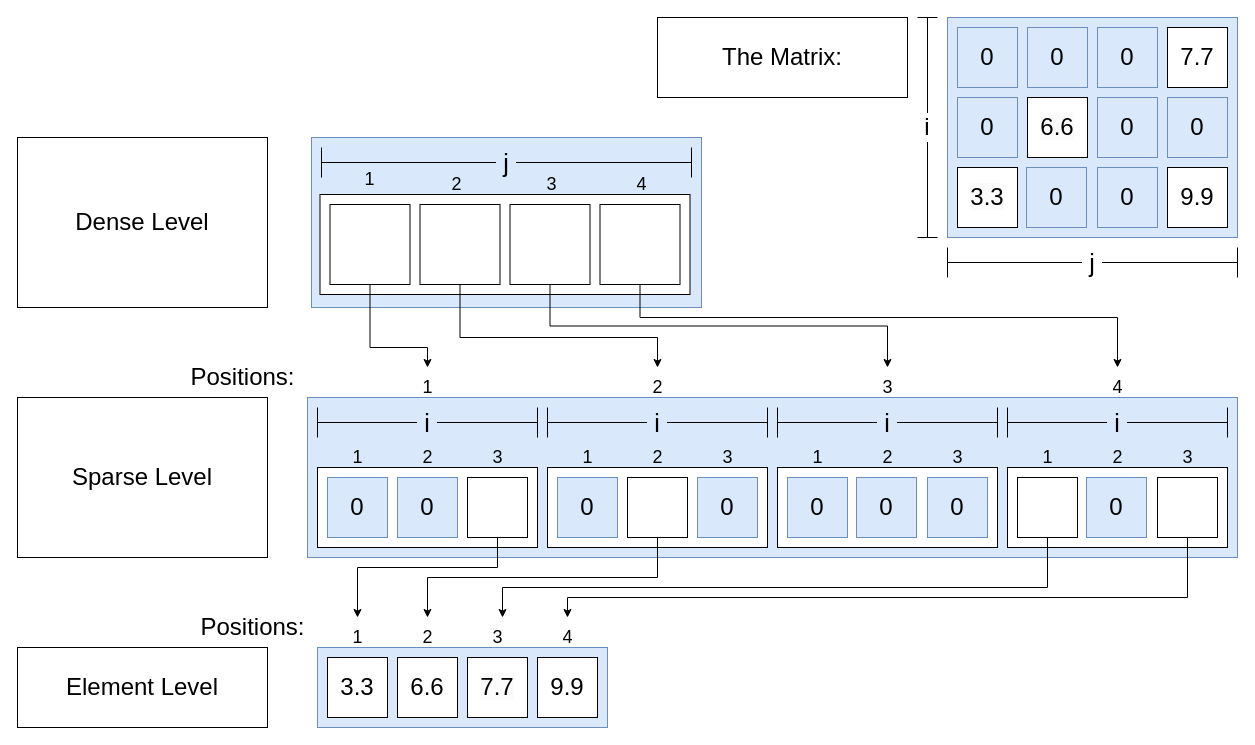
Earlier version of the draw.io diagram page "MatrixFiberTree" (2 of 4) of LevelsVsFibers.drawio (willow-ahrens/FinchSystemPaper). Source tidied: cells renumbered, new cells numbered last; positions are measured from the earlier drawing's top-left corner, leaving out a move shared by most shapes. Both pictures are drawn from the tidied source at 100%, with x=0, y=0 at pixel (17, 17).
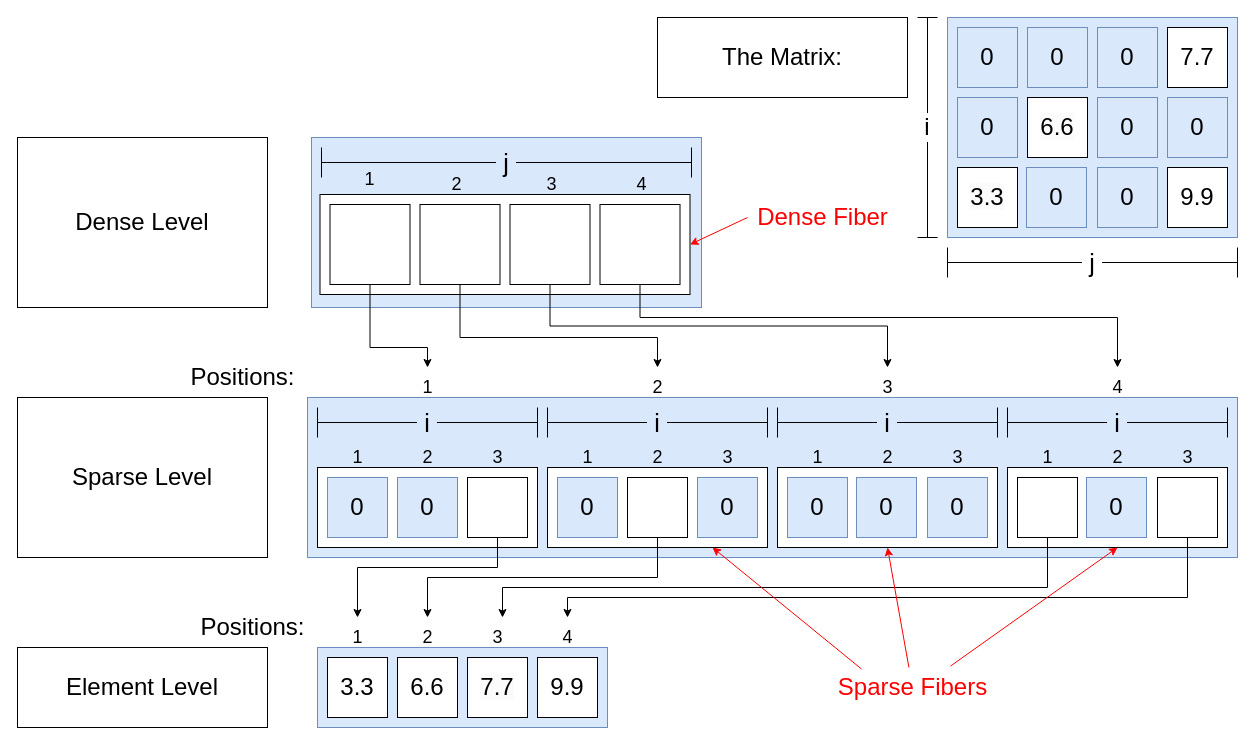
After the change.

Unchanged cells that the change refers to:
```xml
<mxCell id="5" style="rounded=0;whiteSpace=wrap;html=1;fontSize=24;" parent="1" vertex="1">
  <mxGeometry x="302.5" y="177" width="370" height="100" as="geometry" />
</mxCell>
<mxCell id="21" style="rounded=0;whiteSpace=wrap;html=1;fontSize=24;" parent="1" vertex="1">
  <mxGeometry x="530" y="450" width="220" height="80" as="geometry" />
</mxCell>
<mxCell id="36" style="rounded=0;whiteSpace=wrap;html=1;fontSize=24;" parent="1" vertex="1">
  <mxGeometry x="760" y="450" width="220" height="80" as="geometry" />
</mxCell>
<mxCell id="40" style="rounded=0;whiteSpace=wrap;html=1;fontSize=24;" parent="1" vertex="1">
  <mxGeometry x="990" y="450" width="220" height="80" as="geometry" />
</mxCell>
```

Change to the diagram source:
```diff
@@
+    <mxCell id="88" style="endArrow=classic;html=1;rounded=0;strokeColor=#ff0000;entryX=0.5;entryY=1;entryDx=0;entryDy=0;exitX=0.724;exitY=-0.037;exitDx=0;exitDy=0;exitPerimeter=0;" parent="1" edge="1" source="91" target="40">
+      <mxGeometry relative="1" as="geometry" />
+    </mxCell>
+    <mxCell id="89" style="endArrow=classic;html=1;rounded=0;strokeColor=#ff0000;entryX=0.5;entryY=1;entryDx=0;entryDy=0;" parent="1" edge="1" source="91" target="36">
+      <mxGeometry relative="1" as="geometry" />
+    </mxCell>
+    <mxCell id="90" style="endArrow=classic;html=1;rounded=0;strokeColor=#ff0000;entryX=0.75;entryY=1;entryDx=0;entryDy=0;exitX=0.2;exitY=0.038;exitDx=0;exitDy=0;exitPerimeter=0;" parent="1" edge="1" source="91" target="21">
+      <mxGeometry relative="1" as="geometry" />
+    </mxCell>
+    <mxCell id="91" value="Sparse Fibers" style="text;html=1;align=center;verticalAlign=middle;points=[];strokeColor=none;fillColor=none;fontSize=24;fontColor=#ff0000;" parent="1" vertex="1">
+      <mxGeometry x="810" y="650" width="170" height="40" as="geometry" />
+    </mxCell>
+    <mxCell id="92" value="Dense Fiber" style="text;html=1;align=center;verticalAlign=middle;points=[];strokeColor=none;fillColor=none;fontSize=24;fontColor=#ff0000;" parent="1" vertex="1">
+      <mxGeometry x="730" y="180" width="150" height="40" as="geometry" />
+    </mxCell>
+    <mxCell id="93" style="endArrow=classic;html=1;rounded=0;strokeColor=#ff0000;entryX=1;entryY=0.5;entryDx=0;entryDy=0;exitX=0;exitY=0.5;exitDx=0;exitDy=0;exitPerimeter=0;" parent="1" edge="1" source="92" target="5">
+      <mxGeometry relative="1" as="geometry" />
+    </mxCell>
```
